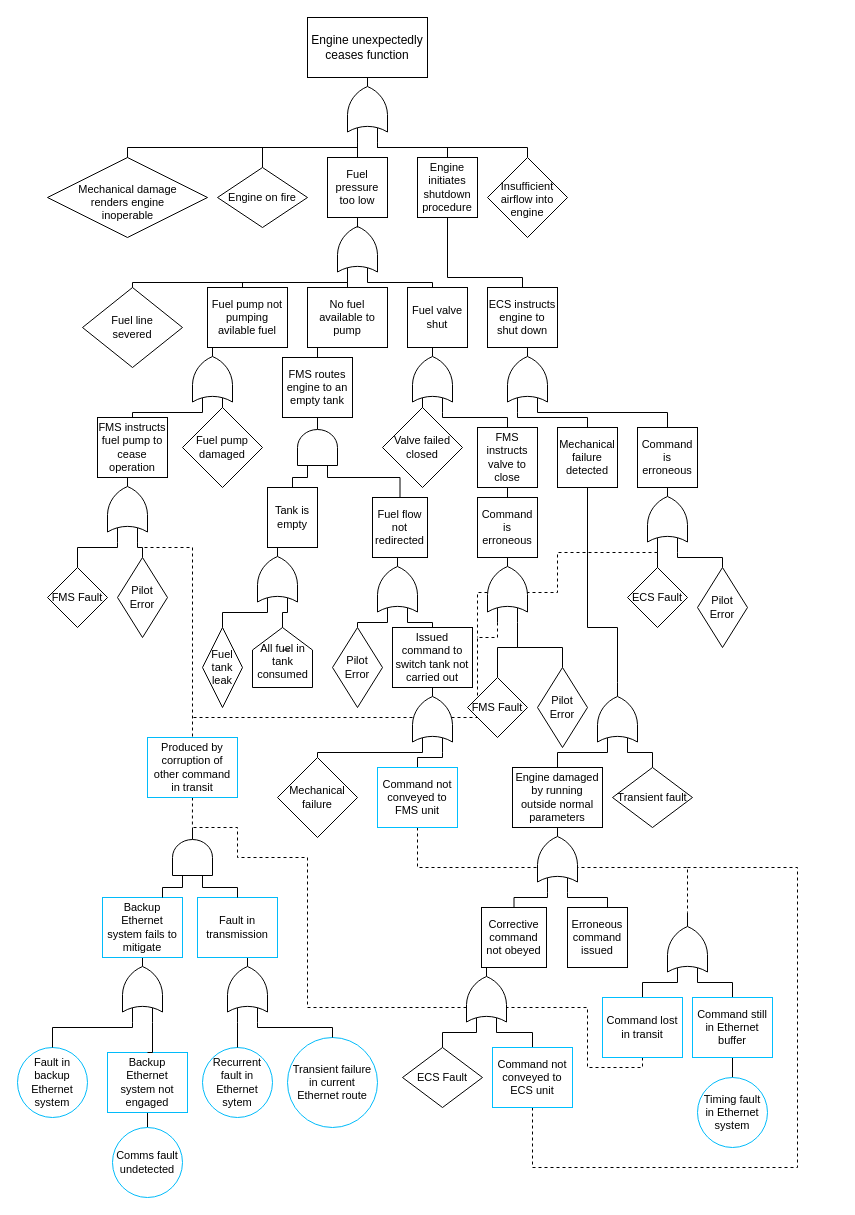
This is src/tsn_fta.drawio from Laura7089/hint-assessment1, a draw.io file, before an edit. Source tidied: cells renumbered, new cells numbered last; positions are measured from the earlier drawing's top-left corner, leaving out a move shared by most shapes. Both pictures are drawn from the tidied source at 100%, with x=0, y=0 at pixel (17, 17).
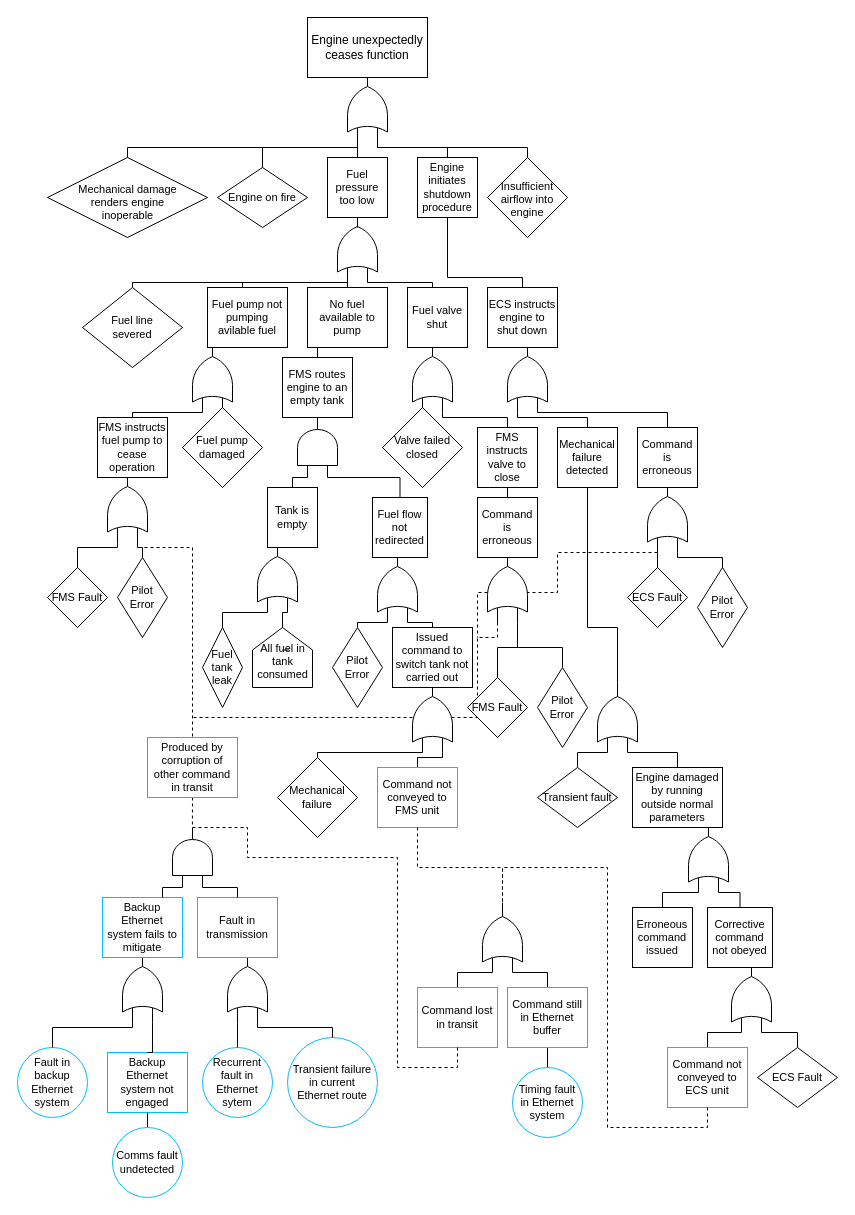
Above is the later version.

Commit message:
fix: rearrange FTA to be easier to read

The change refers to these unchanged cells:
```xml
<mxCell id="19" style="verticalLabelPosition=bottom;shadow=0;dashed=0;align=center;html=1;verticalAlign=top;shape=mxgraph.electrical.logic_gates.logic_gate;operation=or;rotation=-90;" parent="1" vertex="1">
  <mxGeometry x="565" y="680" width="70" height="40" as="geometry" />
</mxCell>
<mxCell id="79" value="Command not conveyed to FMS unit" style="whiteSpace=wrap;html=1;fontFamily=Helvetica;fontSize=11;fontColor=default;strokeColor=#00bfff;" parent="1" vertex="1">
  <mxGeometry x="360" y="750" width="80" height="60" as="geometry" />
</mxCell>
<mxCell id="95" style="verticalLabelPosition=bottom;shadow=0;dashed=0;align=center;html=1;verticalAlign=top;shape=mxgraph.electrical.logic_gates.logic_gate;operation=and;fontFamily=Helvetica;fontSize=11;fontColor=default;rotation=-90;" parent="90" vertex="1">
  <mxGeometry x="145" y="100" width="60" height="40" as="geometry" />
</mxCell>
```

The edit, as a diff of the source:
```diff
@@
-    <mxCell id="2" style="edgeStyle=orthogonalEdgeStyle;shape=connector;rounded=0;jettySize=auto;html=1;exitX=0.5;exitY=1;exitDx=0;exitDy=0;labelBackgroundColor=default;strokeColor=default;align=center;verticalAlign=middle;fontFamily=Helvetica;fontSize=11;fontColor=default;endArrow=none;endFill=0;dashed=1;" parent="1" edge="1" source="79" target="132">
-      <mxGeometry relative="1" as="geometry">
-        <Array as="points">
-          <mxPoint x="400" y="850" />
-          <mxPoint x="670" y="850" />
-        </Array>
-      </mxGeometry>
-    </mxCell>
-    <mxCell id="3" style="edgeStyle=orthogonalEdgeStyle;shape=connector;rounded=0;jettySize=auto;html=1;exitX=0.5;exitY=1;exitDx=0;exitDy=0;entryX=1;entryY=0.5;entryDx=0;entryDy=0;entryPerimeter=0;labelBackgroundColor=default;strokeColor=default;align=center;verticalAlign=middle;fontFamily=Helvetica;fontSize=11;fontColor=default;endArrow=none;endFill=0;dashed=1;" parent="1" edge="1" source="133" target="95">
-      <mxGeometry relative="1" as="geometry">
-        <Array as="points">
-          <mxPoint x="625" y="1050" />
-          <mxPoint x="570" y="1050" />
-          <mxPoint x="570" y="990" />
-          <mxPoint x="290" y="990" />
-          <mxPoint x="290" y="840" />
-          <mxPoint x="220" y="840" />
-          <mxPoint x="220" y="810" />
-        </Array>
-      </mxGeometry>
-    </mxCell>
+    <mxCell id="9" style="verticalLabelPosition=bottom;shadow=0;dashed=0;align=center;html=1;verticalAlign=top;shape=mxgraph.electrical.logic_gates.logic_gate;operation=or;rotation=-90;" parent="1" vertex="1">
+      <mxGeometry x="699" y="960" width="70" height="40" as="geometry" />
+    </mxCell>
@@
-    <mxCell id="7" style="edgeStyle=orthogonalEdgeStyle;shape=connector;rounded=0;jettySize=auto;html=1;exitX=0;exitY=0.25;exitDx=0;exitDy=0;exitPerimeter=0;entryX=0.5;entryY=0;entryDx=0;entryDy=0;labelBackgroundColor=default;strokeColor=default;align=center;verticalAlign=middle;fontFamily=Helvetica;fontSize=11;fontColor=default;endArrow=none;endFill=0;" parent="1" edge="1" source="9" target="123">
-      <mxGeometry relative="1" as="geometry" />
-    </mxCell>
-    <mxCell id="8" style="edgeStyle=orthogonalEdgeStyle;shape=connector;rounded=0;jettySize=auto;html=1;exitX=0;exitY=0.75;exitDx=0;exitDy=0;exitPerimeter=0;entryX=0.5;entryY=0;entryDx=0;entryDy=0;labelBackgroundColor=default;strokeColor=default;align=center;verticalAlign=middle;fontFamily=Helvetica;fontSize=11;fontColor=default;endArrow=none;endFill=0;" parent="1" edge="1" source="9" target="125">
-      <mxGeometry relative="1" as="geometry" />
-    </mxCell>
-    <mxCell id="9" style="verticalLabelPosition=bottom;shadow=0;dashed=0;align=center;html=1;verticalAlign=top;shape=mxgraph.electrical.logic_gates.logic_gate;operation=or;rotation=-90;" parent="1" vertex="1">
-      <mxGeometry x="434" y="960" width="70" height="40" as="geometry" />
-    </mxCell>
+    <mxCell id="11" style="edgeStyle=orthogonalEdgeStyle;rounded=0;jettySize=auto;html=1;exitX=0;exitY=0.75;exitDx=0;exitDy=0;exitPerimeter=0;entryX=0.5;entryY=0;entryDx=0;entryDy=0;endArrow=none;endFill=0;" parent="1" edge="1" source="12" target="122">
+      <mxGeometry relative="1" as="geometry" />
+    </mxCell>
-    <mxCell id="10" style="edgeStyle=orthogonalEdgeStyle;shape=connector;rounded=0;jettySize=auto;html=1;exitX=0;exitY=0.75;exitDx=0;exitDy=0;exitPerimeter=0;entryX=0.5;entryY=0;entryDx=0;entryDy=0;labelBackgroundColor=default;strokeColor=default;align=center;verticalAlign=middle;fontFamily=Helvetica;fontSize=11;fontColor=default;endArrow=none;endFill=0;" parent="1" edge="1" source="12" target="121">
-      <mxGeometry relative="1" as="geometry">
-        <Array as="points">
-          <mxPoint x="550" y="880" />
-          <mxPoint x="590" y="880" />
-        </Array>
-      </mxGeometry>
+    <mxCell id="10" style="edgeStyle=orthogonalEdgeStyle;rounded=0;jettySize=auto;html=1;exitX=0;exitY=0.25;exitDx=0;exitDy=0;exitPerimeter=0;entryX=0.5;entryY=0;entryDx=0;entryDy=0;endArrow=none;endFill=0;" parent="1" edge="1" source="12" target="121">
+      <mxGeometry relative="1" as="geometry" />
     </mxCell>
-    <mxCell id="11" style="edgeStyle=orthogonalEdgeStyle;shape=connector;rounded=0;jettySize=auto;html=1;exitX=0;exitY=0.25;exitDx=0;exitDy=0;exitPerimeter=0;entryX=0.5;entryY=0;entryDx=0;entryDy=0;labelBackgroundColor=default;strokeColor=default;align=center;verticalAlign=middle;fontFamily=Helvetica;fontSize=11;fontColor=default;endArrow=none;endFill=0;" parent="1" edge="1" source="12" target="122">
-      <mxGeometry relative="1" as="geometry">
-        <Array as="points">
-          <mxPoint x="530" y="880" />
-          <mxPoint x="497" y="880" />
-          <mxPoint x="497" y="890" />
-        </Array>
-      </mxGeometry>
-    </mxCell>
     <mxCell id="12" style="verticalLabelPosition=bottom;shadow=0;dashed=0;align=center;html=1;verticalAlign=top;shape=mxgraph.electrical.logic_gates.logic_gate;operation=or;rotation=-90;" parent="1" vertex="1">
-      <mxGeometry x="505" y="820" width="70" height="40" as="geometry" />
+      <mxGeometry x="656" y="820" width="70" height="40" as="geometry" />
     </mxCell>
@@
-    <mxCell id="17" style="edgeStyle=orthogonalEdgeStyle;shape=connector;rounded=0;jettySize=auto;html=1;exitX=0;exitY=0.75;exitDx=0;exitDy=0;exitPerimeter=0;entryX=0.5;entryY=0;entryDx=0;entryDy=0;labelBackgroundColor=default;strokeColor=default;align=center;verticalAlign=middle;fontFamily=Helvetica;fontSize=11;fontColor=default;endArrow=none;endFill=0;" parent="1" edge="1" source="19" target="119">
+    <mxCell id="17" style="edgeStyle=orthogonalEdgeStyle;rounded=0;jettySize=auto;html=1;exitX=0;exitY=0.25;exitDx=0;exitDy=0;exitPerimeter=0;entryX=0.5;entryY=0;entryDx=0;entryDy=0;endArrow=none;endFill=0;" parent="1" edge="1" source="19" target="119">
       <mxGeometry relative="1" as="geometry" />
     </mxCell>
-    <mxCell id="18" style="edgeStyle=orthogonalEdgeStyle;shape=connector;rounded=0;jettySize=auto;html=1;exitX=0;exitY=0.25;exitDx=0;exitDy=0;exitPerimeter=0;entryX=0.5;entryY=0;entryDx=0;entryDy=0;labelBackgroundColor=default;strokeColor=default;align=center;verticalAlign=middle;fontFamily=Helvetica;fontSize=11;fontColor=default;endArrow=none;endFill=0;" parent="1" edge="1" source="19" target="120">
+    <mxCell id="18" style="edgeStyle=orthogonalEdgeStyle;rounded=0;jettySize=auto;html=1;exitX=0;exitY=0.75;exitDx=0;exitDy=0;exitPerimeter=0;entryX=0.5;entryY=0;entryDx=0;entryDy=0;endArrow=none;endFill=0;" parent="1" edge="1" source="19" target="120">
       <mxGeometry relative="1" as="geometry">
         <Array as="points">
-          <mxPoint x="540" y="735" />
+          <mxPoint x="660" y="735" />
         </Array>
       </mxGeometry>
     </mxCell>
@@
     <mxCell id="90" style="group;" parent="1" vertex="1">
-      <mxGeometry y="720" width="360" height="430" as="geometry" />
+      <mxGeometry y="720" width="490" height="430" as="geometry" />
     </mxCell>
@@
-    <mxCell id="119" value="Transient fault" style="rhombus;whiteSpace=wrap;html=1;fontFamily=Helvetica;fontSize=11;fontColor=default;" parent="1" vertex="1">
-      <mxGeometry x="595" y="750" width="80" height="60" as="geometry" />
-    </mxCell>
     <mxCell id="120" value="Engine damaged by running outside normal parameters" style="whiteSpace=wrap;html=1;fontFamily=Helvetica;fontSize=11;fontColor=default;" parent="1" vertex="1">
-      <mxGeometry x="495" y="750" width="90" height="60" as="geometry" />
+      <mxGeometry x="615" y="750" width="90" height="60" as="geometry" />
     </mxCell>
     <mxCell id="121" value="Erroneous command issued" style="whiteSpace=wrap;html=1;fontFamily=Helvetica;fontSize=11;fontColor=default;" parent="1" vertex="1">
-      <mxGeometry x="550" y="890" width="60" height="60" as="geometry" />
+      <mxGeometry x="615" y="890" width="60" height="60" as="geometry" />
     </mxCell>
     <mxCell id="122" value="Corrective command not obeyed" style="whiteSpace=wrap;html=1;fontFamily=Helvetica;fontSize=11;fontColor=default;" parent="1" vertex="1">
-      <mxGeometry x="464" y="890" width="65" height="60" as="geometry" />
+      <mxGeometry x="690" y="890" width="65" height="60" as="geometry" />
     </mxCell>
-    <mxCell id="123" value="ECS Fault" style="rhombus;whiteSpace=wrap;html=1;fontFamily=Helvetica;fontSize=11;fontColor=default;" parent="1" vertex="1">
-      <mxGeometry x="385" y="1030" width="80" height="60" as="geometry" />
-    </mxCell>
-    <mxCell id="124" style="edgeStyle=orthogonalEdgeStyle;shape=connector;rounded=0;jettySize=auto;html=1;exitX=0.5;exitY=1;exitDx=0;exitDy=0;labelBackgroundColor=default;strokeColor=default;align=center;verticalAlign=middle;fontFamily=Helvetica;fontSize=11;fontColor=default;endArrow=none;endFill=0;dashed=1;" parent="1" edge="1" source="125">
-      <mxGeometry relative="1" as="geometry">
-        <mxPoint x="670" y="850" as="targetPoint" />
-        <Array as="points">
-          <mxPoint x="515" y="1150" />
-          <mxPoint x="780" y="1150" />
-          <mxPoint x="780" y="850" />
-        </Array>
-      </mxGeometry>
-    </mxCell>
-    <mxCell id="125" value="Command not conveyed to ECS unit" style="whiteSpace=wrap;html=1;fontFamily=Helvetica;fontSize=11;fontColor=default;strokeColor=#00bfff;" parent="1" vertex="1">
-      <mxGeometry x="475" y="1030" width="80" height="60" as="geometry" />
-    </mxCell>
@@
     <mxCell id="132" style="verticalLabelPosition=bottom;shadow=0;dashed=0;align=center;html=1;verticalAlign=top;shape=mxgraph.electrical.logic_gates.logic_gate;operation=or;rotation=-90;" parent="1" vertex="1">
-      <mxGeometry x="635" y="910" width="70" height="40" as="geometry" />
+      <mxGeometry x="450" y="900" width="70" height="40" as="geometry" />
     </mxCell>
     <mxCell id="133" value="Command lost in transit" style="whiteSpace=wrap;html=1;fontFamily=Helvetica;fontSize=11;fontColor=default;strokeColor=#00bfff;" parent="1" vertex="1">
-      <mxGeometry x="585" y="980" width="80" height="60" as="geometry" />
+      <mxGeometry x="400" y="970" width="80" height="60" as="geometry" />
     </mxCell>
@@
     <mxCell id="135" value="Command still in Ethernet buffer" style="whiteSpace=wrap;html=1;fontFamily=Helvetica;fontSize=11;fontColor=default;strokeColor=#00bfff;" parent="1" vertex="1">
-      <mxGeometry x="675" y="980" width="80" height="60" as="geometry" />
+      <mxGeometry x="490" y="970" width="80" height="60" as="geometry" />
     </mxCell>
     <mxCell id="136" value="Timing fault in Ethernet system" style="ellipse;whiteSpace=wrap;html=1;fontFamily=Helvetica;fontSize=11;fontColor=default;strokeColor=#01bbfa;" parent="1" vertex="1">
-      <mxGeometry x="680" y="1060" width="70" height="70" as="geometry" />
+      <mxGeometry x="495" y="1050" width="70" height="70" as="geometry" />
     </mxCell>
+    <mxCell id="119" value="Transient fault" style="rhombus;whiteSpace=wrap;html=1;fontFamily=Helvetica;fontSize=11;fontColor=default;" parent="1" vertex="1">
+      <mxGeometry x="520" y="750" width="80" height="60" as="geometry" />
+    </mxCell>
+    <mxCell id="7" style="edgeStyle=orthogonalEdgeStyle;rounded=0;jettySize=auto;html=1;exitX=0;exitY=0.75;exitDx=0;exitDy=0;exitPerimeter=0;entryX=0.5;entryY=0;entryDx=0;entryDy=0;endArrow=none;endFill=0;" parent="1" edge="1" source="9" target="123">
+      <mxGeometry relative="1" as="geometry" />
+    </mxCell>
+    <mxCell id="8" style="edgeStyle=orthogonalEdgeStyle;rounded=0;jettySize=auto;html=1;exitX=0;exitY=0.25;exitDx=0;exitDy=0;exitPerimeter=0;entryX=0.5;entryY=0;entryDx=0;entryDy=0;endArrow=none;endFill=0;" parent="1" edge="1" source="9" target="125">
+      <mxGeometry relative="1" as="geometry" />
+    </mxCell>
+    <mxCell id="123" value="ECS Fault" style="rhombus;whiteSpace=wrap;html=1;fontFamily=Helvetica;fontSize=11;fontColor=default;" parent="1" vertex="1">
+      <mxGeometry x="740" y="1030" width="80" height="60" as="geometry" />
+    </mxCell>
+    <mxCell id="125" value="Command not conveyed to ECS unit" style="whiteSpace=wrap;html=1;fontFamily=Helvetica;fontSize=11;fontColor=default;strokeColor=#00bfff;" parent="1" vertex="1">
+      <mxGeometry x="650" y="1030" width="80" height="60" as="geometry" />
+    </mxCell>
+    <mxCell id="3" style="edgeStyle=orthogonalEdgeStyle;rounded=0;jettySize=auto;html=1;exitX=0.5;exitY=1;exitDx=0;exitDy=0;entryX=1;entryY=0.5;entryDx=0;entryDy=0;entryPerimeter=0;endArrow=none;endFill=0;dashed=1;" parent="1" edge="1" source="133" target="95">
+      <mxGeometry relative="1" as="geometry">
+        <Array as="points">
+          <mxPoint x="440" y="1050" />
+          <mxPoint x="380" y="1050" />
+          <mxPoint x="380" y="840" />
+          <mxPoint x="230" y="840" />
+          <mxPoint x="230" y="810" />
+        </Array>
+      </mxGeometry>
+    </mxCell>
+    <mxCell id="2" style="edgeStyle=orthogonalEdgeStyle;rounded=0;jettySize=auto;html=1;exitX=0.5;exitY=1;exitDx=0;exitDy=0;entryX=1;entryY=0.5;entryDx=0;entryDy=0;entryPerimeter=0;endArrow=none;endFill=0;dashed=1;" parent="1" edge="1" source="79" target="132">
+      <mxGeometry relative="1" as="geometry">
+        <Array as="points">
+          <mxPoint x="400" y="850" />
+          <mxPoint x="485" y="850" />
+        </Array>
+      </mxGeometry>
+    </mxCell>
+    <mxCell id="137" style="edgeStyle=orthogonalEdgeStyle;rounded=0;jettySize=auto;html=1;exitX=0.5;exitY=1;exitDx=0;exitDy=0;entryX=1;entryY=0.5;entryDx=0;entryDy=0;entryPerimeter=0;endArrow=none;endFill=0;dashed=1;" parent="1" edge="1" source="125" target="132">
+      <mxGeometry relative="1" as="geometry">
+        <Array as="points">
+          <mxPoint x="690" y="1110" />
+          <mxPoint x="590" y="1110" />
+          <mxPoint x="590" y="850" />
+          <mxPoint x="485" y="850" />
+        </Array>
+      </mxGeometry>
+    </mxCell>
```
